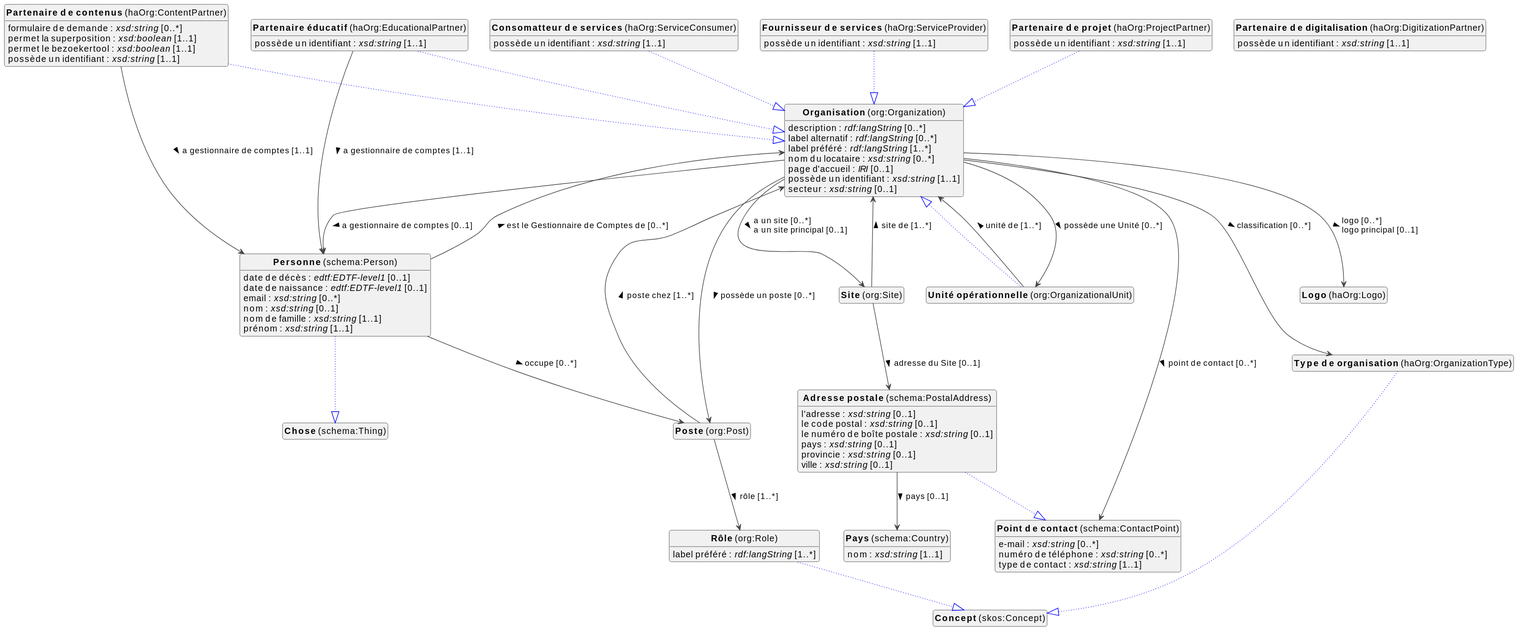
This is docs/metadata/knowledge-graph/0.0.1/organizations/fr/organizations-diagram.svg from viaacode/documentation-jekyll, a PlantUML export, as it was before one commit.
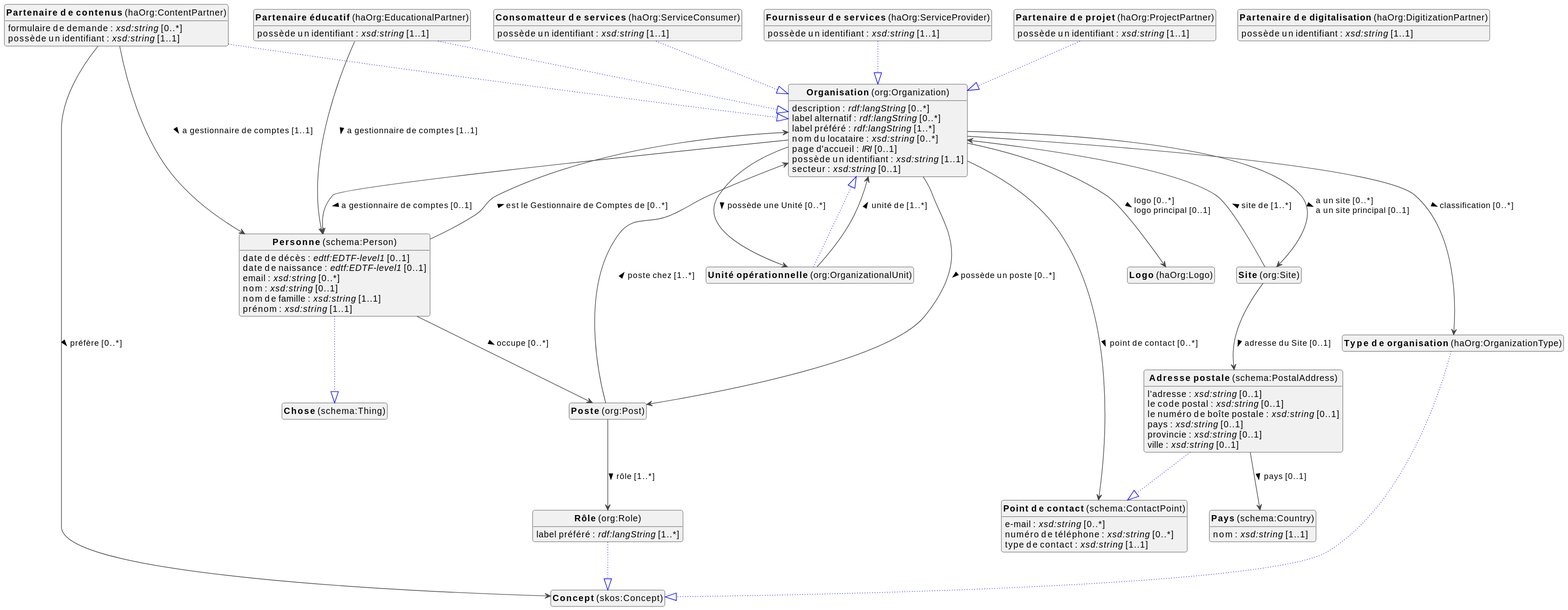
After the commit.

Diff of the diagram source:
```diff
@@ -12,6 +12,7 @@
 
 class "<b>Adresse postale</b> (schema:PostalAddress)" as schema_PostalAddress [[#schema%3APostalAddress]]
 class "<b>Point de contact</b> (schema:ContactPoint)" as schema_ContactPoint [[#schema%3AContactPoint]]
+class "<b>Concept</b> (skos:Concept)" as skos_Concept [[../../terms/fr#skos%3AConcept]]
 class "<b>Consomatteur de services</b> (haOrg:ServiceConsumer)" as haOrg_ServiceConsumer [[#haOrg%3AServiceConsumer]]
 class "<b>Organisation</b> (org:Organization)" as org_Organization [[#org%3AOrganization]]
 class "<b>Fournisseur de services</b> (haOrg:ServiceProvider)" as haOrg_ServiceProvider [[#haOrg%3AServiceProvider]]
@@ -49,6 +50,8 @@
 schema_PostalAddress --> schema_Country :pays [0..1]  >
 
 
+
+
 haOrg_ServiceConsumer --|> org_Organization #blue;line.dotted;text:blue
 
 haOrg_ServiceConsumer : possède un identifiant : <i>xsd:string</i> [1..1]
@@ -83,11 +86,9 @@
 haOrg_ContentPartner --|> org_Organization #blue;line.dotted;text:blue
 
 haOrg_ContentPartner : formulaire de demande : <i>xsd:string</i> [0..*]
-haOrg_ContentPartner : permet la superposition : <i>xsd:boolean</i> [1..1]
-haOrg_ContentPartner : permet le bezoekertool : <i>xsd:boolean</i> [1..1]
 haOrg_ContentPartner : possède un identifiant : <i>xsd:string</i> [1..1]
 haOrg_ContentPartner --> schema_Person :a gestionnaire de comptes [1..1]  >
-
+haOrg_ContentPartner --> skos_Concept :préfère [0..*]  >
 
 
 
```
